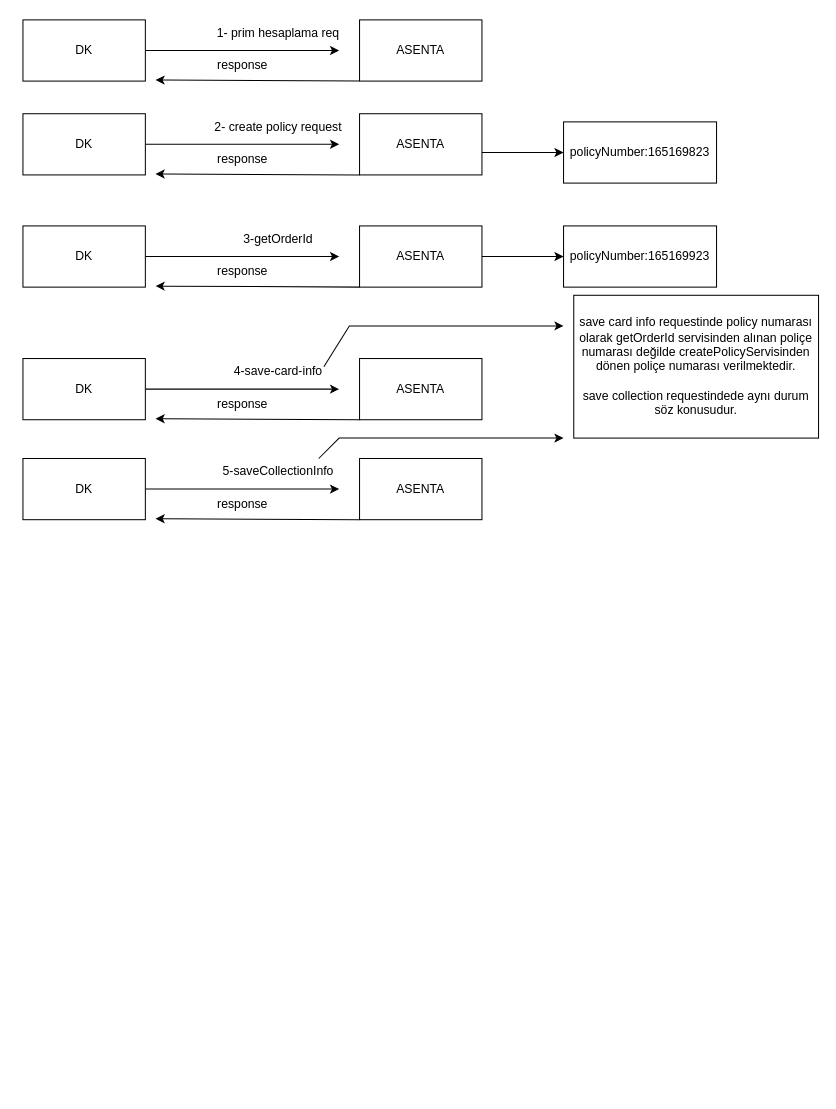
The draw.io diagram Başlıksız Diyagram.drawio in atomalak/A6, before the edit. Source tidied: cells renumbered, new cells numbered last; positions are measured from the earlier drawing's top-left corner, leaving out a move shared by most shapes. Both pictures are drawn from the tidied source at 102%, with x=0, y=0 at pixel (22, 17).
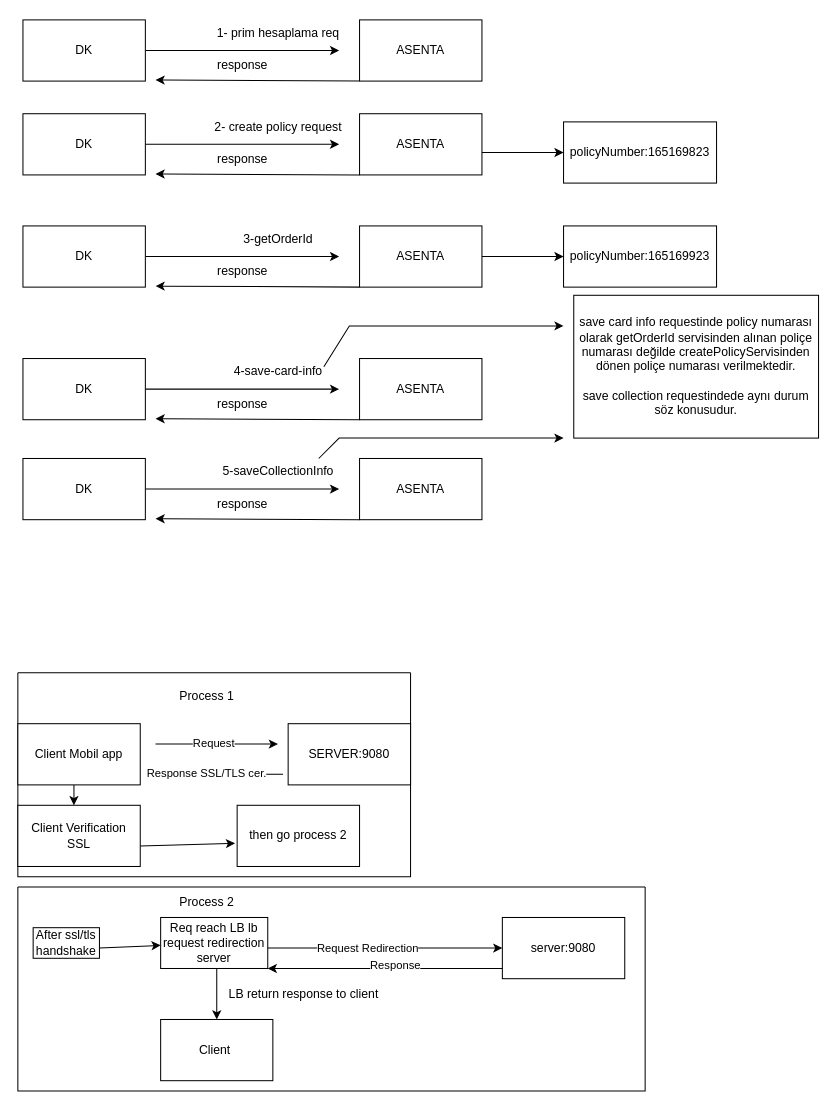
The same diagram, later.

The edit, as a diff of the source:
```diff
@@
+    <mxCell id="39" style="swimlane;startSize=0;" parent="1" vertex="1">
+      <mxGeometry x="-5" y="642" width="385" height="200" as="geometry" />
+    </mxCell>
+    <mxCell id="40" value="Process 1" style="text;html=1;align=center;verticalAlign=middle;strokeColor=none;fillColor=none;" parent="39" vertex="1">
+      <mxGeometry x="145" y="8" width="80" height="30" as="geometry" />
+    </mxCell>
+    <mxCell id="41" value="SERVER:9080" style="rounded=0;whiteSpace=wrap;html=1;" parent="39" vertex="1">
+      <mxGeometry x="265" y="50" width="120" height="60" as="geometry" />
+    </mxCell>
+    <mxCell id="42" style="endArrow=classic;html=1;rounded=0;" parent="39" edge="1">
+      <mxGeometry relative="1" as="geometry">
+        <mxPoint x="135" y="70" as="sourcePoint" />
+        <mxPoint x="255" y="70" as="targetPoint" />
+      </mxGeometry>
+    </mxCell>
+    <mxCell id="43" value="Request" style="edgeLabel;html=1;align=center;verticalAlign=middle;" parent="42" vertex="1">
+      <mxGeometry x="-0.06" y="2" relative="1" as="geometry" />
+    </mxCell>
+    <mxCell id="44" style="endArrow=classic;html=1;rounded=0;" parent="39" edge="1">
+      <mxGeometry relative="1" as="geometry">
+        <mxPoint x="260" y="99.5" as="sourcePoint" />
+        <mxPoint x="135" y="100" as="targetPoint" />
+      </mxGeometry>
+    </mxCell>
+    <mxCell id="45" value="Response SSL/TLS cer." style="edgeLabel;html=1;align=center;verticalAlign=middle;" parent="44" vertex="1">
+      <mxGeometry x="0.03" y="-1" relative="1" as="geometry">
+        <mxPoint x="-11" as="offset" />
+      </mxGeometry>
+    </mxCell>
+    <mxCell id="46" value="Client Mobil app" style="rounded=0;whiteSpace=wrap;html=1;" parent="39" vertex="1">
+      <mxGeometry y="50" width="120" height="60" as="geometry" />
+    </mxCell>
+    <mxCell id="47" value="Client Verification SSL&lt;br&gt;" style="rounded=0;whiteSpace=wrap;html=1;" parent="39" vertex="1">
+      <mxGeometry y="130" width="120" height="60" as="geometry" />
+    </mxCell>
+    <mxCell id="48" style="endArrow=classic;html=1;rounded=0;" parent="39" edge="1">
+      <mxGeometry relative="1" as="geometry">
+        <mxPoint x="55" y="110" as="sourcePoint" />
+        <mxPoint x="55" y="130" as="targetPoint" />
+      </mxGeometry>
+    </mxCell>
+    <mxCell id="49" style="endArrow=classic;html=1;rounded=0;entryX=-0.017;entryY=0.622;entryDx=0;entryDy=0;entryPerimeter=0;" parent="39" edge="1" target="50">
+      <mxGeometry relative="1" as="geometry">
+        <mxPoint x="120" y="170" as="sourcePoint" />
+      </mxGeometry>
+    </mxCell>
+    <mxCell id="50" value="then go process 2&lt;br&gt;" style="rounded=0;whiteSpace=wrap;html=1;" parent="39" vertex="1">
+      <mxGeometry x="215" y="130" width="120" height="60" as="geometry" />
+    </mxCell>
+    <mxCell id="51" style="swimlane;startSize=0;" parent="1" vertex="1">
+      <mxGeometry x="-5" y="852" width="615" height="200" as="geometry" />
+    </mxCell>
+    <mxCell id="52" value="After ssl/tls handshake" style="rounded=0;whiteSpace=wrap;html=1;" parent="51" vertex="1">
+      <mxGeometry x="15" y="40" width="65" height="30" as="geometry" />
+    </mxCell>
+    <mxCell id="53" value="Process 2&lt;br&gt;" style="text;html=1;align=center;verticalAlign=middle;strokeColor=none;fillColor=none;" parent="51" vertex="1">
+      <mxGeometry x="145" width="80" height="30" as="geometry" />
+    </mxCell>
+    <mxCell id="54" style="endArrow=classic;html=1;rounded=0;" parent="51" edge="1" target="55">
+      <mxGeometry relative="1" as="geometry">
+        <mxPoint x="80" y="60" as="sourcePoint" />
+      </mxGeometry>
+    </mxCell>
+    <mxCell id="55" value="Req reach LB lb request redirection server&lt;br&gt;" style="rounded=0;whiteSpace=wrap;html=1;" parent="51" vertex="1">
+      <mxGeometry x="140" y="30" width="105" height="50" as="geometry" />
+    </mxCell>
+    <mxCell id="56" style="endArrow=classic;html=1;rounded=0;" parent="51" edge="1" target="58">
+      <mxGeometry relative="1" as="geometry">
+        <mxPoint x="245" y="60" as="sourcePoint" />
+      </mxGeometry>
+    </mxCell>
+    <mxCell id="57" value="Request Redirection" style="edgeLabel;html=1;align=center;verticalAlign=middle;" parent="56" vertex="1">
+      <mxGeometry x="-0.16" y="1" relative="1" as="geometry" />
+    </mxCell>
+    <mxCell id="58" value="server:9080" style="rounded=0;whiteSpace=wrap;html=1;" parent="51" vertex="1">
+      <mxGeometry x="475" y="30" width="120" height="60" as="geometry" />
+    </mxCell>
+    <mxCell id="59" style="endArrow=classic;html=1;rounded=0;entryX=1;entryY=1;entryDx=0;entryDy=0;exitX=0;exitY=0.833;exitDx=0;exitDy=0;exitPerimeter=0;" parent="51" edge="1" source="58" target="55">
+      <mxGeometry relative="1" as="geometry" />
+    </mxCell>
+    <mxCell id="60" value="Response" style="edgeLabel;html=1;align=center;verticalAlign=middle;" parent="59" vertex="1">
+      <mxGeometry x="-0.09" y="-3" relative="1" as="geometry" />
+    </mxCell>
+    <mxCell id="61" value="Client&amp;nbsp;" style="rounded=0;whiteSpace=wrap;html=1;" parent="51" vertex="1">
+      <mxGeometry x="140" y="130" width="110" height="60" as="geometry" />
+    </mxCell>
+    <mxCell id="62" style="endArrow=classic;html=1;rounded=0;entryX=0.5;entryY=0;entryDx=0;entryDy=0;" parent="51" edge="1" target="61">
+      <mxGeometry relative="1" as="geometry">
+        <mxPoint x="195" y="80" as="sourcePoint" />
+      </mxGeometry>
+    </mxCell>
+    <mxCell id="63" value="LB return response to client&lt;br&gt;" style="text;html=1;align=center;verticalAlign=middle;strokeColor=none;fillColor=none;" parent="51" vertex="1">
+      <mxGeometry x="195" y="90" width="170" height="30" as="geometry" />
+    </mxCell>
```
